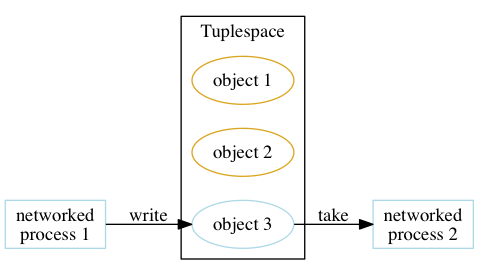
Earlier version of the Graphviz export docs/diagrams/tmp/space.png (perms-redux-org/sample_script). Its source is kept beside it as docs/diagrams/space.gv. Source of this version:
```dot
/*
* @command = neato
*
*/
digraph G {
  labelloc="t"
  center=true
  compound=true;
  rankdir = LR
  subgraph cluster0 {
    labelloc="t"
    label = "Tuplespace"
    obj1[label="object 1", shape="oval", color="goldenrod"];
    obj2[label="object 2", shape="oval", color="goldenrod"];
    obj3[label="object 3", shape="oval", color="lightblue"];
  }
  process1[label="networked\nprocess 1", shape="box", color="lightblue"];
  process2[label="networked\nprocess 2", shape="box", color="lightblue"];
  process1 -> obj3[label="write"]
  obj3 -> process2[label="take"]
}
```
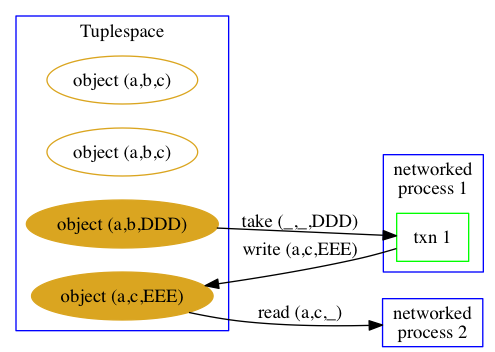
The same file after the commit.

What changed in the source:
```diff
@@ -10,12 +10,20 @@
   subgraph cluster0 {
     labelloc="t"
     label = "Tuplespace"
-    obj1[label="object 1", shape="oval", color="goldenrod"];
-    obj2[label="object 2", shape="oval", color="goldenrod"];
-    obj3[label="object 3", shape="oval", color="lightblue"];
+    color = "blue"
+    obj1[label="object (a,b,c)", shape="oval", color="goldenrod"];
+    obj2[label="object (a,b,c)", shape="oval", color="goldenrod"];
+    obj3[label="object (a,b,DDD)", shape="oval", color="goldenrod", style="filled"];
+    obj4[label="object (a,c,EEE)", shape="oval", color="goldenrod", style="filled"];
   }
-  process1[label="networked\nprocess 1", shape="box", color="lightblue"];
-  process2[label="networked\nprocess 2", shape="box", color="lightblue"];
-  process1 -> obj3[label="write"]
-  obj3 -> process2[label="take"]
+  subgraph cluster1 {
+    labelloc="t"
+    color = "blue"
+    label = "networked\nprocess 1"
+    txn1[label="txn 1", shape="box", color="green"];
+  }
+  process2[label="networked\nprocess 2", shape="box", color="blue"];
+  obj3 -> txn1[label="take (_,_,DDD)"]
+  txn1 -> obj4[label="write (a,c,EEE)"]
+  obj4 -> process2[label="read (a,c,_)"]
 }
```
